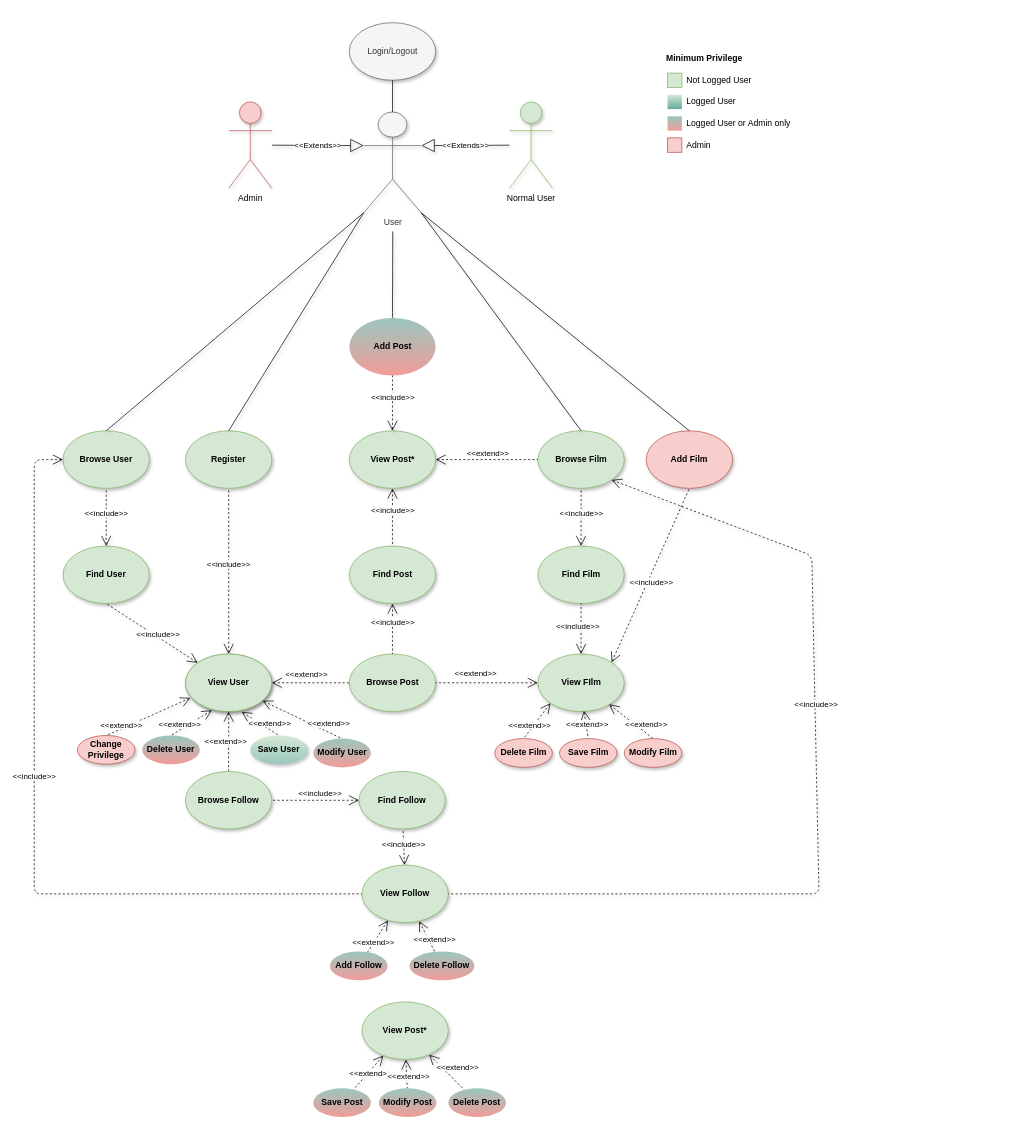
unipi-fr/LargeScaleMultiStructureDatabases keeps this draw.io diagram as Task3/Documentation/Diagrams/Use Case.drawio. Above is the earlier version. Source tidied: cells renumbered, new cells numbered last; positions are measured from the earlier drawing's top-left corner, leaving out a move shared by most shapes. Both pictures are drawn from the tidied source at 72%, with x=0, y=0 at pixel (34, 22).
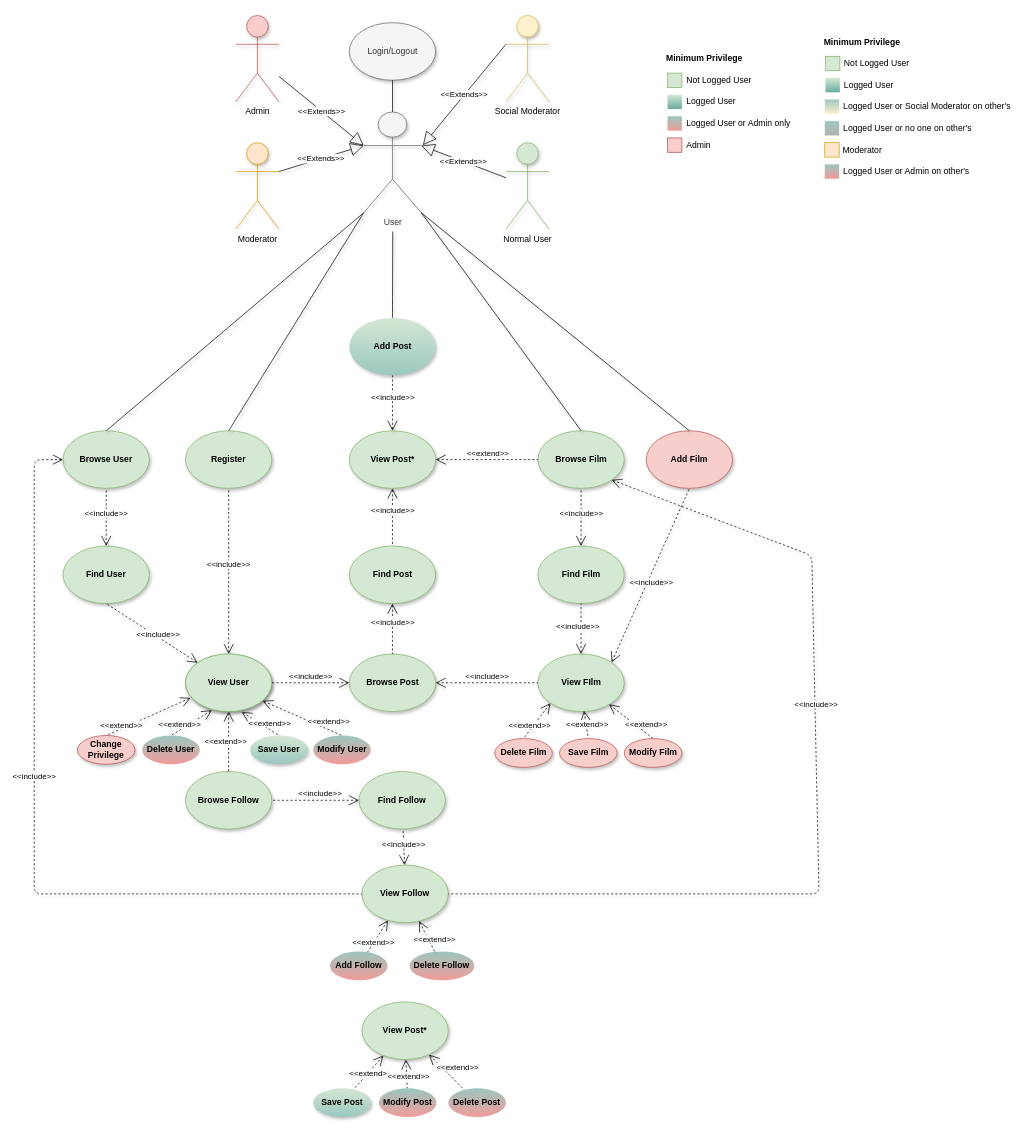
Above is the later version.

Commit message (it also covers changes not shown here):
use case

Unchanged cells that the change refers to:
```xml
<mxCell id="2" value="User" style="shape=umlActor;verticalLabelPosition=bottom;labelBackgroundColor=#ffffff;verticalAlign=top;html=1;outlineConnect=0;fillColor=#f5f5f5;strokeColor=#666666;shadow=1;fontColor=#333333;" parent="1" vertex="1">
  <mxGeometry x="457.6" y="124" width="80" height="140" as="geometry" />
</mxCell>
<mxCell id="8" value="View User" style="ellipse;whiteSpace=wrap;html=1;fontStyle=1;fillColor=#d5e8d4;strokeColor=#82b366;shadow=1;" parent="1" vertex="1">
  <mxGeometry x="210" y="876.8" width="120" height="80" as="geometry" />
</mxCell>
<mxCell id="22" value="View FIlm" style="ellipse;whiteSpace=wrap;html=1;fontStyle=1;fillColor=#d5e8d4;strokeColor=#82b366;shadow=1;" parent="1" vertex="1">
  <mxGeometry x="699.5" y="876.8" width="120" height="80" as="geometry" />
</mxCell>
<mxCell id="28" value="Browse Post" style="ellipse;whiteSpace=wrap;html=1;fontStyle=1;fillColor=#d5e8d4;strokeColor=#82b366;shadow=1;" parent="1" vertex="1">
  <mxGeometry x="437.6" y="876.8" width="120" height="80" as="geometry" />
</mxCell>
<mxCell id="69" value="View User" style="ellipse;whiteSpace=wrap;html=1;fontStyle=1;fillColor=#d5e8d4;strokeColor=#82b366;shadow=1;" parent="1" vertex="1">
  <mxGeometry x="210.1" y="876.8" width="120" height="80" as="geometry" />
</mxCell>
```

Diff of the diagram source:
```diff
@@
     <mxCell id="3" value="Normal User" style="shape=umlActor;verticalLabelPosition=bottom;labelBackgroundColor=#ffffff;verticalAlign=top;html=1;outlineConnect=0;fillColor=#d5e8d4;strokeColor=#82b366;shadow=1;" parent="1" vertex="1">
-      <mxGeometry x="660.1" y="110" width="60" height="120" as="geometry" />
+      <mxGeometry x="655.2" y="166.7" width="60" height="120" as="geometry" />
     </mxCell>
     <mxCell id="4" value="Admin" style="shape=umlActor;verticalLabelPosition=bottom;labelBackgroundColor=#ffffff;verticalAlign=top;html=1;outlineConnect=0;fillColor=#f8cecc;strokeColor=#b85450;shadow=1;" parent="1" vertex="1">
-      <mxGeometry x="270.1" y="110" width="60" height="120" as="geometry" />
+      <mxGeometry x="280" y="-10" width="60" height="120" as="geometry" />
     </mxCell>
@@
-    <mxCell id="29" value="&lt;span style=&quot;background-color: rgb(255 , 255 , 255)&quot;&gt;&amp;lt;&amp;lt;extend&amp;gt;&amp;gt;&lt;/span&gt;" style="edgeStyle=none;html=1;startArrow=open;endArrow=none;startSize=12;verticalAlign=bottom;dashed=1;labelBackgroundColor=none;entryX=0;entryY=0.5;entryDx=0;entryDy=0;exitX=1;exitY=0.5;exitDx=0;exitDy=0;shadow=1;" parent="1" edge="1" source="8" target="28">
-      <mxGeometry x="-0.09" y="3" relative="1" as="geometry">
-        <mxPoint x="-1" as="offset" />
-      </mxGeometry>
-    </mxCell>
-    <mxCell id="30" value="&lt;span style=&quot;background-color: rgb(255 , 255 , 255)&quot;&gt;&amp;lt;&amp;lt;extend&amp;gt;&amp;gt;&lt;/span&gt;" style="edgeStyle=none;html=1;startArrow=open;endArrow=none;startSize=12;verticalAlign=bottom;dashed=1;labelBackgroundColor=none;shadow=1;entryX=1;entryY=0.5;entryDx=0;entryDy=0;exitX=0;exitY=0.5;exitDx=0;exitDy=0;" parent="1" edge="1" source="22" target="28">
-      <mxGeometry x="0.22" y="-4" relative="1" as="geometry" />
-    </mxCell>
@@
-    <mxCell id="35" value="&lt;b&gt;Add Post&lt;/b&gt;" style="ellipse;whiteSpace=wrap;html=1;fillColor=#9AC7BF;strokeColor=none;gradientColor=#F19C99;rounded=0;" parent="1" vertex="1">
+    <mxCell id="35" value="&lt;b&gt;Add Post&lt;/b&gt;" style="ellipse;whiteSpace=wrap;html=1;fillColor=#d5e8d4;strokeColor=none;gradientColor=#9AC7BF;shadow=1;fontStyle=1;" parent="1" vertex="1">
       <mxGeometry x="437.6" y="410" width="120" height="80" as="geometry" />
     </mxCell>
@@
     <mxCell id="55" value="&lt;b&gt;Modify User&lt;/b&gt;" style="ellipse;whiteSpace=wrap;html=1;fillColor=#9AC7BF;strokeColor=none;gradientColor=#F19C99;rounded=0;" parent="1" vertex="1">
-      <mxGeometry x="387.6" y="994.3" width="80" height="40" as="geometry" />
+      <mxGeometry x="387.6" y="990" width="80" height="40" as="geometry" />
     </mxCell>
@@
-    <mxCell id="66" value="Save Post" style="ellipse;whiteSpace=wrap;html=1;fillColor=#9AC7BF;strokeColor=none;gradientColor=#F19C99;rounded=0;fontStyle=1;" parent="1" vertex="1">
+    <mxCell id="66" value="Save Post" style="ellipse;whiteSpace=wrap;html=1;fillColor=#d5e8d4;strokeColor=none;gradientColor=#9AC7BF;fontStyle=1;shadow=1;" parent="1" vertex="1">
       <mxGeometry x="387.6" y="1480" width="80" height="40" as="geometry" />
     </mxCell>
@@
+    <mxCell id="81" value="Moderator" style="shape=umlActor;verticalLabelPosition=bottom;labelBackgroundColor=#ffffff;verticalAlign=top;html=1;outlineConnect=0;fillColor=#ffe6cc;strokeColor=#d79b00;shadow=1;" parent="1" vertex="1">
+      <mxGeometry x="280" y="166.7" width="60" height="120" as="geometry" />
+    </mxCell>
+    <mxCell id="82" value="&amp;lt;&amp;lt;Extends&amp;gt;&amp;gt;" style="endArrow=block;endSize=16;endFill=0;html=1;exitX=1;exitY=0.3333333333333333;exitDx=0;exitDy=0;exitPerimeter=0;shadow=1;entryX=0;entryY=0.3333333333333333;entryDx=0;entryDy=0;entryPerimeter=0;" parent="1" edge="1" source="81" target="2">
+      <mxGeometry relative="1" as="geometry" />
+    </mxCell>
+    <mxCell id="83" value="Social Moderator" style="shape=umlActor;verticalLabelPosition=bottom;labelBackgroundColor=#ffffff;verticalAlign=top;html=1;outlineConnect=0;fillColor=#fff2cc;strokeColor=#D6B656;shadow=1;" parent="1" vertex="1">
+      <mxGeometry x="655.2" y="-10" width="60" height="120" as="geometry" />
+    </mxCell>
+    <mxCell id="84" value="&amp;lt;&amp;lt;Extends&amp;gt;&amp;gt;" style="endArrow=block;endSize=16;endFill=0;html=1;exitX=0;exitY=0.3333333333333333;exitDx=0;exitDy=0;exitPerimeter=0;shadow=1;" parent="1" edge="1" source="83">
+      <mxGeometry relative="1" as="geometry">
+        <mxPoint x="540" y="170" as="targetPoint" />
+      </mxGeometry>
+    </mxCell>
+    <mxCell id="85" style="rounded=0;whiteSpace=wrap;html=1;strokeColor=none;fillColor=#d5e8d4;gradientColor=#67AB9F;" parent="1" vertex="1">
+      <mxGeometry x="1099" y="76.7" width="20" height="20" as="geometry" />
+    </mxCell>
+    <mxCell id="86" value="Logged User" style="text;html=1;strokeColor=none;fillColor=none;align=left;verticalAlign=middle;whiteSpace=wrap;rounded=0;" parent="1" vertex="1">
+      <mxGeometry x="1123" y="76.7" width="87" height="20" as="geometry" />
+    </mxCell>
+    <mxCell id="87" style="rounded=0;whiteSpace=wrap;html=1;strokeColor=#82b366;fillColor=#d5e8d4;" parent="1" vertex="1">
+      <mxGeometry x="1099" y="46.7" width="20" height="20" as="geometry" />
+    </mxCell>
+    <mxCell id="88" value="Not Logged User" style="text;html=1;strokeColor=none;fillColor=none;align=left;verticalAlign=middle;whiteSpace=wrap;rounded=0;" parent="1" vertex="1">
+      <mxGeometry x="1123" y="46.7" width="96" height="20" as="geometry" />
+    </mxCell>
+    <mxCell id="89" value="Minimum Privilege" style="text;html=1;strokeColor=none;fillColor=none;align=center;verticalAlign=middle;whiteSpace=wrap;rounded=0;shadow=0;fontStyle=1;" parent="1" vertex="1">
+      <mxGeometry x="1090" y="16.7" width="120" height="20" as="geometry" />
+    </mxCell>
+    <mxCell id="90" style="rounded=0;whiteSpace=wrap;html=1;strokeColor=none;fillColor=#9AC7BF;gradientColor=#FFF2CC;" parent="1" vertex="1">
+      <mxGeometry x="1098" y="106.7" width="20" height="20" as="geometry" />
+    </mxCell>
+    <mxCell id="91" value="Logged User or Social Moderator on other's" style="text;html=1;strokeColor=none;fillColor=none;align=left;verticalAlign=middle;whiteSpace=wrap;rounded=0;" parent="1" vertex="1">
+      <mxGeometry x="1122" y="106.7" width="247" height="20" as="geometry" />
+    </mxCell>
+    <mxCell id="92" style="rounded=0;whiteSpace=wrap;html=1;strokeColor=none;fillColor=#9AC7BF;gradientColor=#B3B3B3;" parent="1" vertex="1">
+      <mxGeometry x="1098" y="136.7" width="20" height="20" as="geometry" />
+    </mxCell>
+    <mxCell id="93" value="Logged User or no one on other's" style="text;html=1;strokeColor=none;fillColor=none;align=left;verticalAlign=middle;whiteSpace=wrap;rounded=0;" parent="1" vertex="1">
+      <mxGeometry x="1122" y="136.7" width="227" height="20" as="geometry" />
+    </mxCell>
+    <mxCell id="94" style="rounded=0;whiteSpace=wrap;html=1;strokeColor=#d79b00;fillColor=#ffe6cc;" parent="1" vertex="1">
+      <mxGeometry x="1098" y="166.7" width="20" height="20" as="geometry" />
+    </mxCell>
+    <mxCell id="95" value="Moderator" style="text;html=1;strokeColor=none;fillColor=none;align=left;verticalAlign=middle;whiteSpace=wrap;rounded=0;" parent="1" vertex="1">
+      <mxGeometry x="1121" y="166.7" width="96" height="20" as="geometry" />
+    </mxCell>
+    <mxCell id="96" style="rounded=0;whiteSpace=wrap;html=1;strokeColor=none;fillColor=#9AC7BF;gradientColor=#F19C99;" parent="1" vertex="1">
+      <mxGeometry x="1098" y="196.7" width="20" height="20" as="geometry" />
+    </mxCell>
+    <mxCell id="97" value="Logged User or Admin on other's" style="text;html=1;strokeColor=none;fillColor=none;align=left;verticalAlign=middle;whiteSpace=wrap;rounded=0;" parent="1" vertex="1">
+      <mxGeometry x="1122" y="196.7" width="247" height="20" as="geometry" />
+    </mxCell>
+    <mxCell id="98" value="&lt;span style=&quot;background-color: rgb(255 , 255 , 255)&quot;&gt;&amp;lt;&amp;lt;include&amp;gt;&amp;gt;&lt;/span&gt;" style="edgeStyle=none;html=1;startArrow=open;endArrow=none;startSize=12;verticalAlign=bottom;dashed=1;labelBackgroundColor=none;entryX=0;entryY=0.5;entryDx=0;entryDy=0;shadow=1;exitX=1;exitY=0.5;exitDx=0;exitDy=0;" parent="1" edge="1" source="28" target="22">
+      <mxGeometry relative="1" as="geometry" />
+    </mxCell>
+    <mxCell id="99" value="&lt;span style=&quot;background-color: rgb(255 , 255 , 255)&quot;&gt;&amp;lt;&amp;lt;include&amp;gt;&amp;gt;&lt;/span&gt;" style="edgeStyle=none;html=1;startArrow=open;endArrow=none;startSize=12;verticalAlign=bottom;dashed=1;labelBackgroundColor=none;entryX=1;entryY=0.5;entryDx=0;entryDy=0;shadow=1;exitX=0;exitY=0.5;exitDx=0;exitDy=0;" parent="1" edge="1" source="28" target="69">
+      <mxGeometry relative="1" as="geometry" />
+    </mxCell>
```
